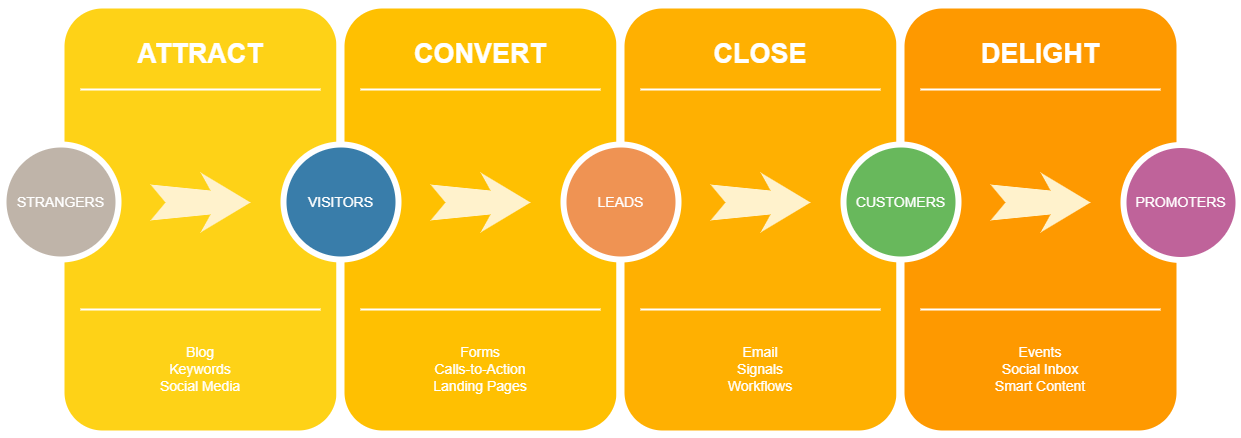
Before: Untitled Diagram.drawio.png, a diagram exported from draw.io (shenyuedong/chapter1). Source tidied: cells renumbered, new cells last; positions are measured from the earlier drawing's top-left corner, leaving out a move shared by most shapes.
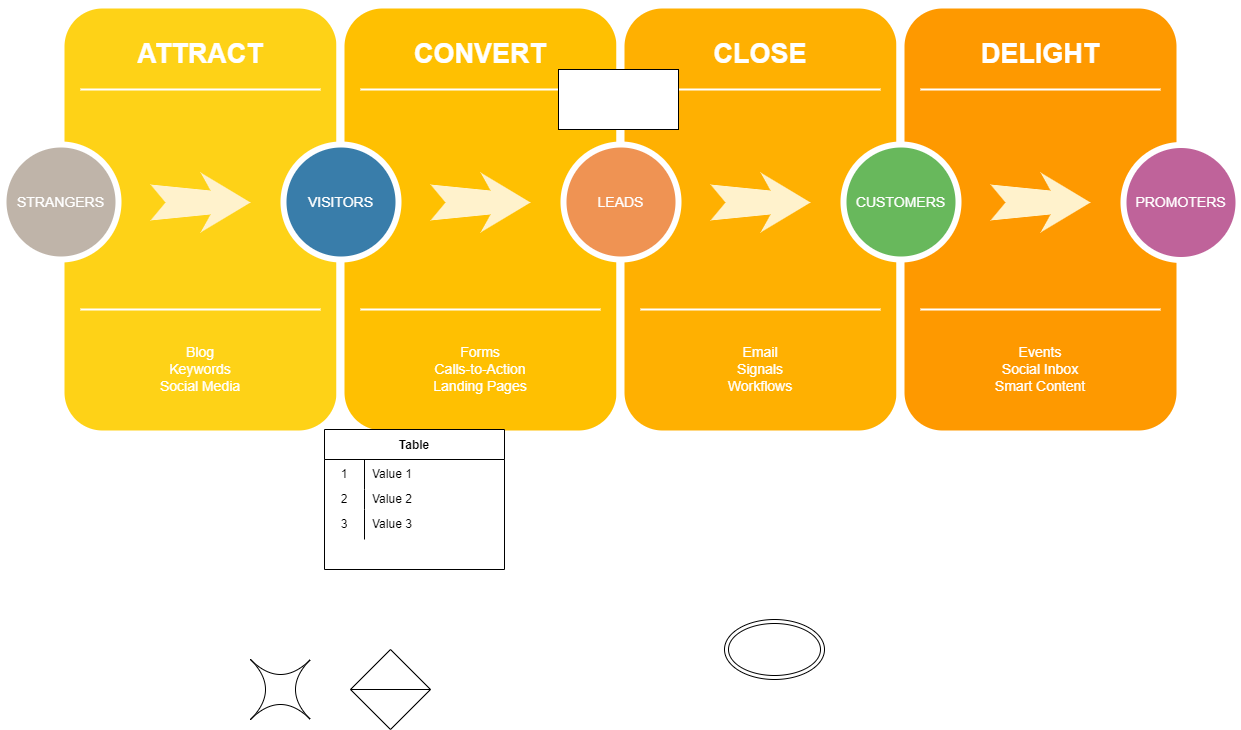
After the change.

What changed in the source:
```diff
@@ -89,5 +89,47 @@
     <mxCell id="30" value="PROMOTERS" style="ellipse;whiteSpace=wrap;html=1;rounded=0;shadow=0;strokeWidth=6;fontSize=14;align=center;fillColor=#BF639A;strokeColor=#FFFFFF;fontColor=#FFFFFF;" parent="1" vertex="1">
       <mxGeometry x="1120" y="140.5" width="115" height="115" as="geometry" />
     </mxCell>
+    <mxCell id="31" style="rounded=0;whiteSpace=wrap;html=1;" parent="1" vertex="1">
+      <mxGeometry x="555" y="65" width="120" height="60" as="geometry" />
+    </mxCell>
+    <mxCell id="32" value="Table" style="shape=table;startSize=30;rowLines=0;fontStyle=1;" parent="1" vertex="1">
+      <mxGeometry x="321" y="425" width="180" height="140" as="geometry" />
+    </mxCell>
+    <mxCell id="33" style="shape=tableRow;horizontal=0;startSize=0;swimlaneHead=0;swimlaneBody=0;top=0;left=0;bottom=0;right=0;fillColor=none;" parent="32" vertex="1">
+      <mxGeometry y="30" width="180" height="30" as="geometry" />
+    </mxCell>
+    <mxCell id="34" value="1" style="shape=partialRectangle;html=1;whiteSpace=wrap;fillColor=none;top=0;left=0;bottom=0;right=0;overflow=hidden;" parent="33" vertex="1">
+      <mxGeometry width="40" height="30" as="geometry" />
+    </mxCell>
+    <mxCell id="35" value="Value 1" style="shape=partialRectangle;html=1;whiteSpace=wrap;fillColor=none;top=0;left=0;bottom=0;right=0;align=left;spacingLeft=6;overflow=hidden;" parent="33" vertex="1">
+      <mxGeometry x="40" width="140" height="30" as="geometry" />
+    </mxCell>
+    <mxCell id="36" style="shape=tableRow;horizontal=0;startSize=0;swimlaneHead=0;swimlaneBody=0;top=0;left=0;bottom=0;right=0;fillColor=none;" parent="32" vertex="1">
+      <mxGeometry y="60" width="180" height="20" as="geometry" />
+    </mxCell>
+    <mxCell id="37" value="2" style="shape=partialRectangle;html=1;whiteSpace=wrap;fillColor=none;top=0;left=0;bottom=0;right=0;overflow=hidden;" parent="36" vertex="1">
+      <mxGeometry width="40" height="20" as="geometry" />
+    </mxCell>
+    <mxCell id="38" value="Value 2" style="shape=partialRectangle;html=1;whiteSpace=wrap;fillColor=none;top=0;left=0;bottom=0;right=0;align=left;spacingLeft=6;overflow=hidden;" parent="36" vertex="1">
+      <mxGeometry x="40" width="140" height="20" as="geometry" />
+    </mxCell>
+    <mxCell id="39" style="shape=tableRow;horizontal=0;startSize=0;swimlaneHead=0;swimlaneBody=0;top=0;left=0;bottom=0;right=0;fillColor=none;" parent="32" vertex="1">
+      <mxGeometry y="80" width="180" height="30" as="geometry" />
+    </mxCell>
+    <mxCell id="40" value="3" style="shape=partialRectangle;html=1;whiteSpace=wrap;fillColor=none;top=0;left=0;bottom=0;right=0;overflow=hidden;" parent="39" vertex="1">
+      <mxGeometry width="40" height="30" as="geometry" />
+    </mxCell>
+    <mxCell id="41" value="Value 3" style="shape=partialRectangle;html=1;whiteSpace=wrap;fillColor=none;top=0;left=0;bottom=0;right=0;align=left;spacingLeft=6;overflow=hidden;" parent="39" vertex="1">
+      <mxGeometry x="40" width="140" height="30" as="geometry" />
+    </mxCell>
+    <mxCell id="42" style="ellipse;shape=doubleEllipse;whiteSpace=wrap;html=1;" parent="1" vertex="1">
+      <mxGeometry x="721" y="615" width="100" height="60" as="geometry" />
+    </mxCell>
+    <mxCell id="43" style="shape=sortShape;perimeter=rhombusPerimeter;whiteSpace=wrap;html=1;" parent="1" vertex="1">
+      <mxGeometry x="347" y="645" width="80" height="80" as="geometry" />
+    </mxCell>
+    <mxCell id="44" style="shape=switch;whiteSpace=wrap;html=1;" parent="1" vertex="1">
+      <mxGeometry x="247" y="655" width="60" height="60" as="geometry" />
+    </mxCell>
   </root>
 </mxGraphModel>
```
